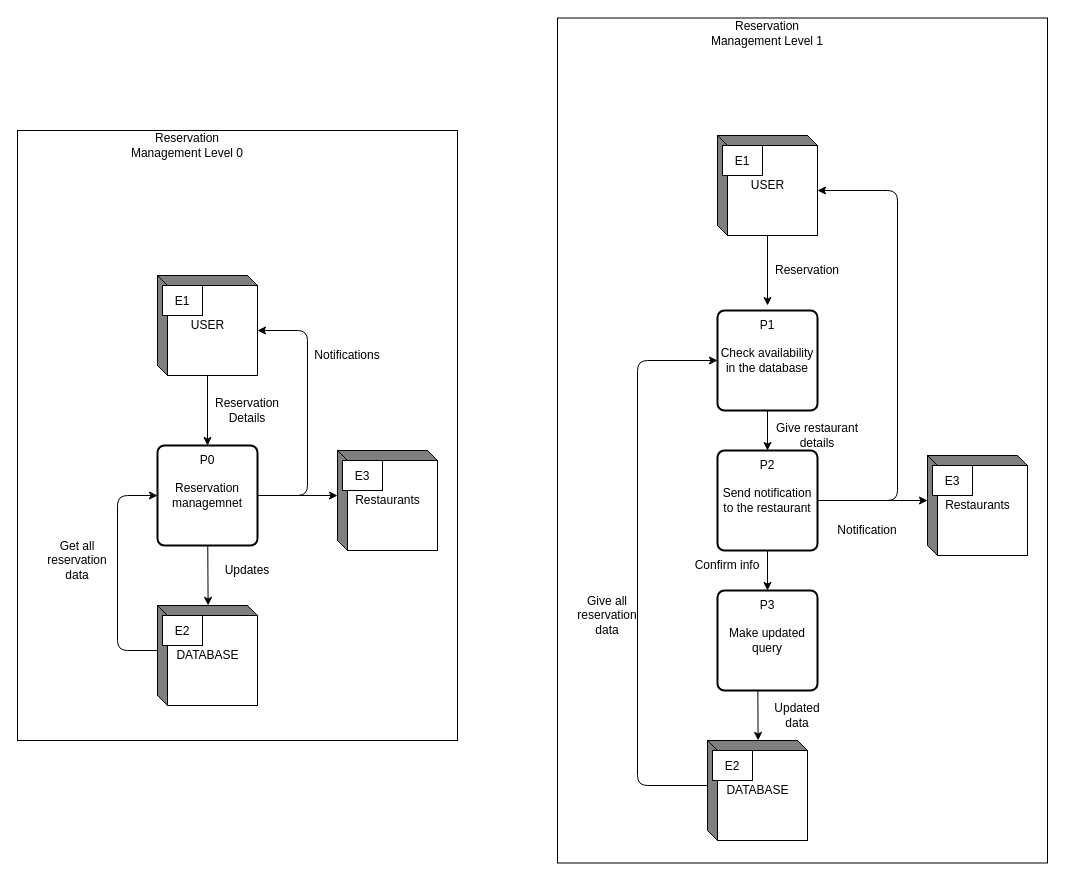
Earlier version of the draw.io diagram data-flow.drawio (AriesJ12/Full-fledge-website-first-). Source tidied: cells renumbered, new cells numbered last; positions are measured from the earlier drawing's top-left corner, leaving out a move shared by most shapes. Both pictures are drawn from the tidied source at 100%, with x=0, y=0 at pixel (17, 18).
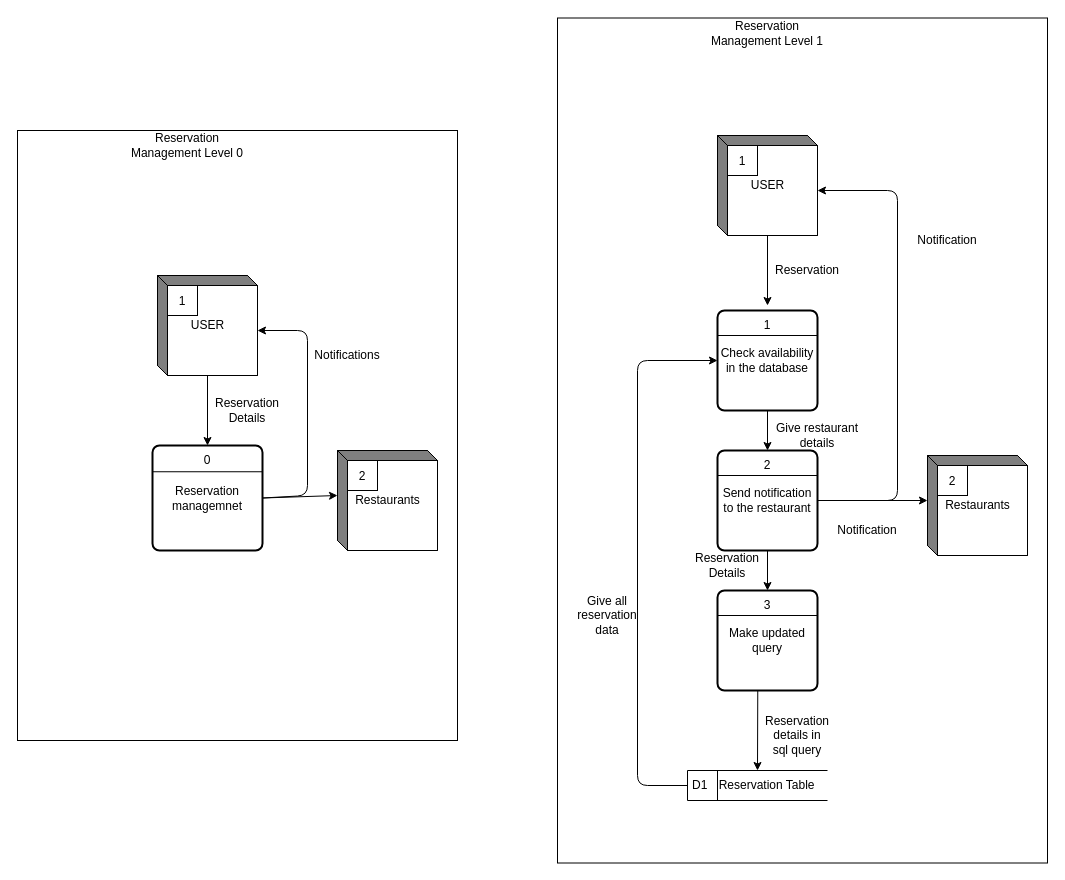
After the change.

Unchanged cells that the change refers to:
```xml
<mxCell id="5" value="USER" style="html=1;dashed=0;whitespace=wrap;shape=mxgraph.dfd.externalEntity;" parent="1" vertex="1">
  <mxGeometry x="140" y="257" width="100" height="100" as="geometry" />
</mxCell>
<mxCell id="19" value="USER" style="html=1;dashed=0;whitespace=wrap;shape=mxgraph.dfd.externalEntity;" parent="1" vertex="1">
  <mxGeometry x="700" y="117" width="100" height="100" as="geometry" />
</mxCell>
<mxCell id="29" value="Check availability in the database" style="rounded=1;whiteSpace=wrap;html=1;absoluteArcSize=1;arcSize=14;strokeWidth=2;" parent="1" vertex="1">
  <mxGeometry x="700" y="292" width="100" height="100" as="geometry" />
</mxCell>
<mxCell id="34" value="Send notification to the restaurant" style="rounded=1;whiteSpace=wrap;html=1;absoluteArcSize=1;arcSize=14;strokeWidth=2;" parent="1" vertex="1">
  <mxGeometry x="700" y="432" width="100" height="100" as="geometry" />
</mxCell>
<mxCell id="36" value="Make updated query" style="rounded=1;whiteSpace=wrap;html=1;absoluteArcSize=1;arcSize=14;strokeWidth=2;" parent="1" vertex="1">
  <mxGeometry x="700" y="572" width="100" height="100" as="geometry" />
</mxCell>
<mxCell id="42" value="Restaurants" style="html=1;dashed=0;whitespace=wrap;shape=mxgraph.dfd.externalEntity;" parent="1" vertex="1">
  <mxGeometry x="320" y="432" width="100" height="100" as="geometry" />
</mxCell>
<mxCell id="45" value="Restaurants" style="html=1;dashed=0;whitespace=wrap;shape=mxgraph.dfd.externalEntity;" parent="1" vertex="1">
  <mxGeometry x="910" y="437" width="100" height="100" as="geometry" />
</mxCell>
```

The edit, as a diff of the source:
```diff
@@
-    <mxCell id="6" value="E1" style="strokeColor=inherit;fillColor=inherit;gradientColor=inherit;" parent="5" vertex="1">
-      <mxGeometry width="40" height="30" relative="1" as="geometry">
-        <mxPoint x="5" y="10" as="offset" />
+    <mxCell id="6" value="1" style="strokeColor=inherit;fillColor=inherit;gradientColor=inherit;" parent="5" vertex="1">
+      <mxGeometry width="30" height="30" relative="1" as="geometry">
+        <mxPoint x="10" y="10" as="offset" />
       </mxGeometry>
     </mxCell>
-    <mxCell id="7" style="edgeStyle=none;html=1;exitX=0;exitY=0;exitDx=0;exitDy=45;exitPerimeter=0;entryX=0;entryY=0.5;entryDx=0;entryDy=0;" parent="1" edge="1" source="8" target="13">
-      <mxGeometry relative="1" as="geometry">
-        <Array as="points">
-          <mxPoint x="100" y="632" />
-          <mxPoint x="100" y="477" />
-        </Array>
-      </mxGeometry>
-    </mxCell>
-    <mxCell id="8" value="DATABASE" style="html=1;dashed=0;whitespace=wrap;shape=mxgraph.dfd.externalEntity;" parent="1" vertex="1">
-      <mxGeometry x="140" y="587" width="100" height="100" as="geometry" />
-    </mxCell>
-    <mxCell id="9" value="E2" style="strokeColor=inherit;fillColor=inherit;gradientColor=inherit;" parent="8" vertex="1">
-      <mxGeometry width="40" height="30" relative="1" as="geometry">
-        <mxPoint x="5" y="10" as="offset" />
-      </mxGeometry>
-    </mxCell>
-    <mxCell id="10" style="edgeStyle=none;html=1;entryX=0.506;entryY=-0.001;entryDx=0;entryDy=0;entryPerimeter=0;" parent="1" edge="1" source="13" target="8">
-      <mxGeometry relative="1" as="geometry" />
-    </mxCell>
@@
     <mxCell id="13" value="Reservation managemnet" style="rounded=1;whiteSpace=wrap;html=1;absoluteArcSize=1;arcSize=14;strokeWidth=2;" parent="1" vertex="1">
-      <mxGeometry x="140" y="427" width="100" height="100" as="geometry" />
+      <mxGeometry x="135" y="427" width="110" height="105" as="geometry" />
     </mxCell>
-    <mxCell id="14" value="P0" style="text;html=1;strokeColor=none;fillColor=none;align=center;verticalAlign=middle;whiteSpace=wrap;rounded=0;" parent="1" vertex="1">
+    <mxCell id="14" value="0" style="text;html=1;strokeColor=none;fillColor=none;align=center;verticalAlign=middle;whiteSpace=wrap;rounded=0;" parent="1" vertex="1">
       <mxGeometry x="160" y="427" width="60" height="30" as="geometry" />
     </mxCell>
@@
-    <mxCell id="16" value="Updates" style="text;html=1;strokeColor=none;fillColor=none;align=center;verticalAlign=middle;whiteSpace=wrap;rounded=0;" parent="1" vertex="1">
-      <mxGeometry x="200" y="537" width="60" height="30" as="geometry" />
-    </mxCell>
-    <mxCell id="17" value="Get all reservation data" style="text;html=1;strokeColor=none;fillColor=none;align=center;verticalAlign=middle;whiteSpace=wrap;rounded=0;" parent="1" vertex="1">
-      <mxGeometry x="30" y="527" width="60" height="30" as="geometry" />
-    </mxCell>
@@
-    <mxCell id="20" value="E1" style="strokeColor=inherit;fillColor=inherit;gradientColor=inherit;" parent="19" vertex="1">
-      <mxGeometry width="40" height="30" relative="1" as="geometry">
-        <mxPoint x="5" y="10" as="offset" />
+    <mxCell id="20" value="1" style="strokeColor=inherit;fillColor=inherit;gradientColor=inherit;" parent="19" vertex="1">
+      <mxGeometry width="30" height="30" relative="1" as="geometry">
+        <mxPoint x="10" y="10" as="offset" />
       </mxGeometry>
     </mxCell>
-    <mxCell id="21" style="edgeStyle=none;html=1;exitX=0;exitY=0;exitDx=0;exitDy=45;exitPerimeter=0;entryX=0;entryY=0.5;entryDx=0;entryDy=0;" parent="1" edge="1" source="22" target="29">
+    <mxCell id="21" style="edgeStyle=none;html=1;exitX=0;exitY=0.5;exitDx=0;exitDy=0;entryX=0;entryY=0.5;entryDx=0;entryDy=0;" parent="1" edge="1" source="48" target="29">
       <mxGeometry relative="1" as="geometry">
         <Array as="points">
           <mxPoint x="620" y="767" />
           <mxPoint x="620" y="342" />
         </Array>
       </mxGeometry>
     </mxCell>
-    <mxCell id="22" value="DATABASE" style="html=1;dashed=0;whitespace=wrap;shape=mxgraph.dfd.externalEntity;" parent="1" vertex="1">
-      <mxGeometry x="690" y="722" width="100" height="100" as="geometry" />
-    </mxCell>
-    <mxCell id="23" value="E2" style="strokeColor=inherit;fillColor=inherit;gradientColor=inherit;" parent="22" vertex="1">
-      <mxGeometry width="40" height="30" relative="1" as="geometry">
-        <mxPoint x="5" y="10" as="offset" />
-      </mxGeometry>
-    </mxCell>
-    <mxCell id="24" style="edgeStyle=none;html=1;entryX=0.506;entryY=-0.001;entryDx=0;entryDy=0;entryPerimeter=0;" parent="1" edge="1" target="22">
+    <mxCell id="24" style="edgeStyle=none;html=1;entryX=0.5;entryY=0;entryDx=0;entryDy=0;" parent="1" edge="1" target="48">
       <mxGeometry relative="1" as="geometry">
         <mxPoint x="740.3" y="662" as="sourcePoint" />
       </mxGeometry>
     </mxCell>
@@
-    <mxCell id="26" value="Updated data" style="text;html=1;strokeColor=none;fillColor=none;align=center;verticalAlign=middle;whiteSpace=wrap;rounded=0;" parent="1" vertex="1">
-      <mxGeometry x="750" y="682" width="60" height="30" as="geometry" />
+    <mxCell id="26" value="Reservation details in sql query" style="text;html=1;strokeColor=none;fillColor=none;align=center;verticalAlign=middle;whiteSpace=wrap;rounded=0;" parent="1" vertex="1">
+      <mxGeometry x="750" y="702" width="60" height="30" as="geometry" />
     </mxCell>
@@
-    <mxCell id="30" value="P1" style="text;html=1;strokeColor=none;fillColor=none;align=center;verticalAlign=middle;whiteSpace=wrap;rounded=0;" parent="1" vertex="1">
+    <mxCell id="30" value="1" style="text;html=1;strokeColor=none;fillColor=none;align=center;verticalAlign=middle;whiteSpace=wrap;rounded=0;" parent="1" vertex="1">
       <mxGeometry x="720" y="292" width="60" height="30" as="geometry" />
     </mxCell>
@@
-    <mxCell id="35" value="P2" style="text;html=1;strokeColor=none;fillColor=none;align=center;verticalAlign=middle;whiteSpace=wrap;rounded=0;" parent="1" vertex="1">
+    <mxCell id="35" value="2" style="text;html=1;strokeColor=none;fillColor=none;align=center;verticalAlign=middle;whiteSpace=wrap;rounded=0;" parent="1" vertex="1">
       <mxGeometry x="720" y="432" width="60" height="30" as="geometry" />
     </mxCell>
@@
-    <mxCell id="37" value="P3" style="text;html=1;strokeColor=none;fillColor=none;align=center;verticalAlign=middle;whiteSpace=wrap;rounded=0;" parent="1" vertex="1">
+    <mxCell id="37" value="3" style="text;html=1;strokeColor=none;fillColor=none;align=center;verticalAlign=middle;whiteSpace=wrap;rounded=0;" parent="1" vertex="1">
       <mxGeometry x="720" y="572" width="60" height="30" as="geometry" />
     </mxCell>
@@
-    <mxCell id="39" value="Confirm info" style="text;html=1;strokeColor=none;fillColor=none;align=center;verticalAlign=middle;whiteSpace=wrap;rounded=0;" parent="1" vertex="1">
+    <mxCell id="39" value="Reservation Details" style="text;html=1;strokeColor=none;fillColor=none;align=center;verticalAlign=middle;whiteSpace=wrap;rounded=0;" parent="1" vertex="1">
       <mxGeometry x="660" y="532" width="100" height="30" as="geometry" />
     </mxCell>
@@
-    <mxCell id="43" value="E3" style="strokeColor=inherit;fillColor=inherit;gradientColor=inherit;" parent="42" vertex="1">
-      <mxGeometry width="40" height="30" relative="1" as="geometry">
-        <mxPoint x="5" y="10" as="offset" />
+    <mxCell id="43" value="2" style="strokeColor=inherit;fillColor=inherit;gradientColor=inherit;" parent="42" vertex="1">
+      <mxGeometry width="30" height="30" relative="1" as="geometry">
+        <mxPoint x="10" y="10" as="offset" />
       </mxGeometry>
     </mxCell>
@@
-    <mxCell id="46" value="E3" style="strokeColor=inherit;fillColor=inherit;gradientColor=inherit;" parent="45" vertex="1">
-      <mxGeometry width="40" height="30" relative="1" as="geometry">
-        <mxPoint x="5" y="10" as="offset" />
+    <mxCell id="46" value="2" style="strokeColor=inherit;fillColor=inherit;gradientColor=inherit;" parent="45" vertex="1">
+      <mxGeometry width="30" height="30" relative="1" as="geometry">
+        <mxPoint x="10" y="10" as="offset" />
       </mxGeometry>
     </mxCell>
@@
+    <mxCell id="48" value="D1&lt;span style=&quot;white-space: pre;&quot;&gt;&#9;&lt;/span&gt;Reservation Table" style="html=1;dashed=0;whitespace=wrap;shape=mxgraph.dfd.dataStoreID;align=left;spacingLeft=3;points=[[0,0],[0.5,0],[1,0],[0,0.5],[1,0.5],[0,1],[0.5,1],[1,1]];" parent="1" vertex="1">
+      <mxGeometry x="670" y="752" width="140" height="30" as="geometry" />
+    </mxCell>
+    <mxCell id="49" value="Notification" style="text;html=1;strokeColor=none;fillColor=none;align=center;verticalAlign=middle;whiteSpace=wrap;rounded=0;" parent="1" vertex="1">
+      <mxGeometry x="880" y="207" width="100" height="30" as="geometry" />
+    </mxCell>
+    <mxCell id="50" style="endArrow=none;html=1;entryX=1;entryY=0.25;entryDx=0;entryDy=0;exitX=0;exitY=0.25;exitDx=0;exitDy=0;" parent="1" edge="1" source="13" target="13">
+      <mxGeometry relative="1" as="geometry" />
+    </mxCell>
+    <mxCell id="51" style="edgeStyle=none;html=1;exitX=0;exitY=0.25;exitDx=0;exitDy=0;entryX=1;entryY=0.25;entryDx=0;entryDy=0;endArrow=none;endFill=0;" parent="1" edge="1" source="34" target="34">
+      <mxGeometry relative="1" as="geometry" />
+    </mxCell>
+    <mxCell id="52" style="edgeStyle=none;html=1;exitX=0;exitY=0.25;exitDx=0;exitDy=0;entryX=1;entryY=0.25;entryDx=0;entryDy=0;endArrow=none;endFill=0;" parent="1" edge="1" source="29" target="29">
+      <mxGeometry relative="1" as="geometry" />
+    </mxCell>
+    <mxCell id="53" style="edgeStyle=none;html=1;exitX=0;exitY=0.25;exitDx=0;exitDy=0;entryX=1;entryY=0.25;entryDx=0;entryDy=0;endArrow=none;endFill=0;" parent="1" edge="1" source="36" target="36">
+      <mxGeometry relative="1" as="geometry" />
+    </mxCell>
```
